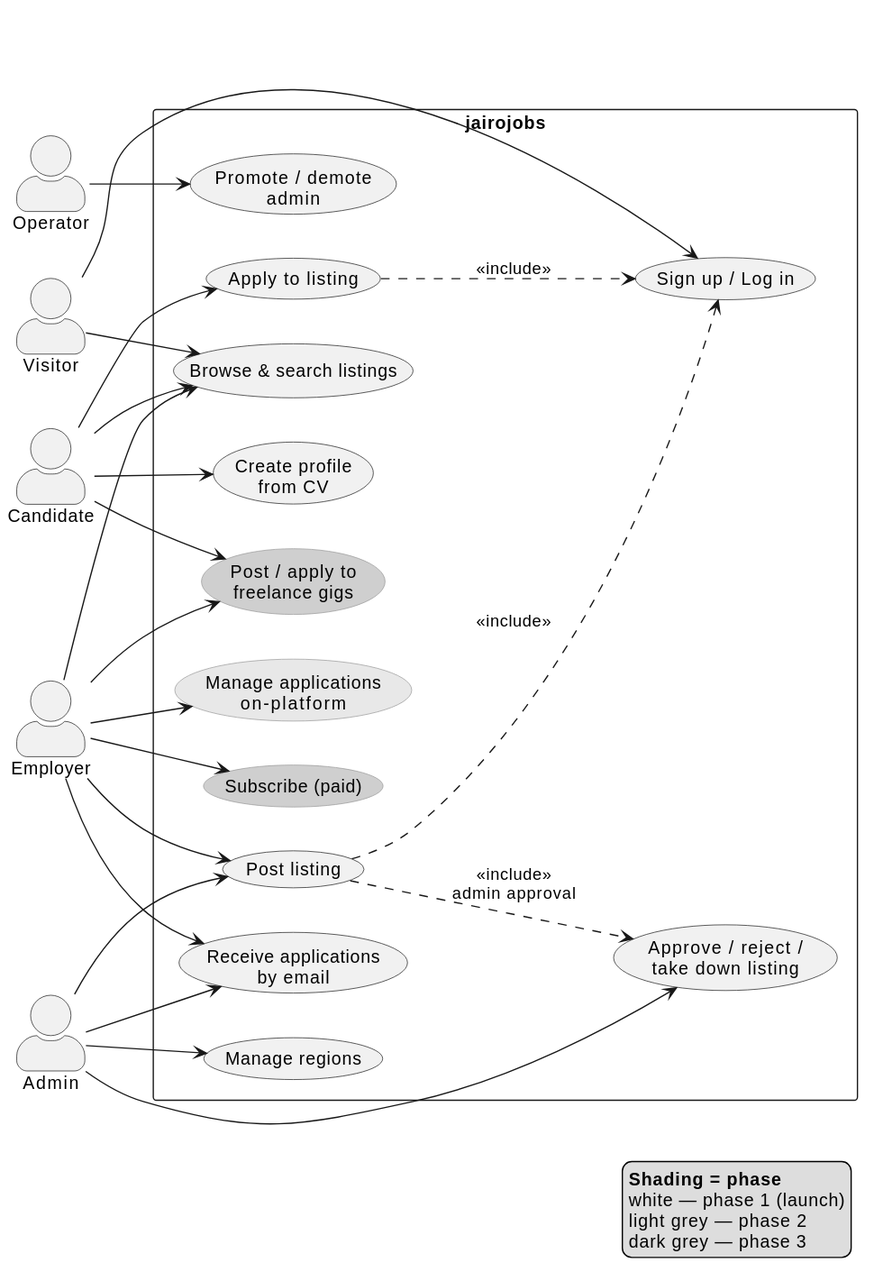
raseniero/jairojobs-elixir keeps this PlantUML diagram as docs/architecture/diagrams/out/usecase-product.svg. Above is the earlier version.
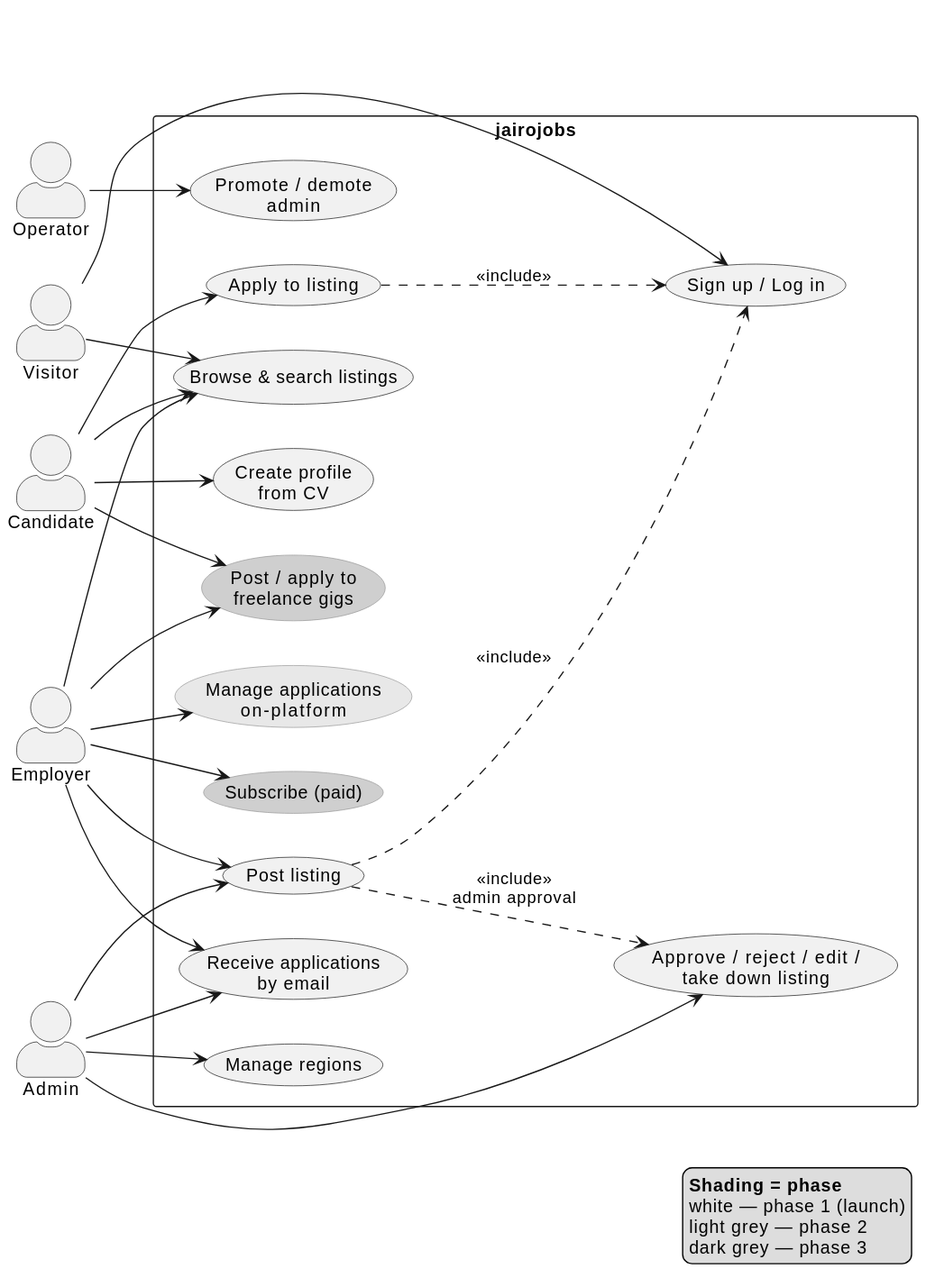
Above is the later version.

What changed in the source:
```diff
@@ -23,7 +23,7 @@
   usecase "Apply to listing" as UC4
   usecase "Post listing" as UC5
   usecase "Receive applications\nby email" as UC6
-  usecase "Approve / reject /\ntake down listing" as UC7
+  usecase "Approve / reject / edit /\ntake down listing" as UC7
   usecase "Manage regions" as UC8
   usecase "Promote / demote\nadmin" as UC9
   usecase "Manage applications\non-platform" as UC10 <<phase2>>
```
